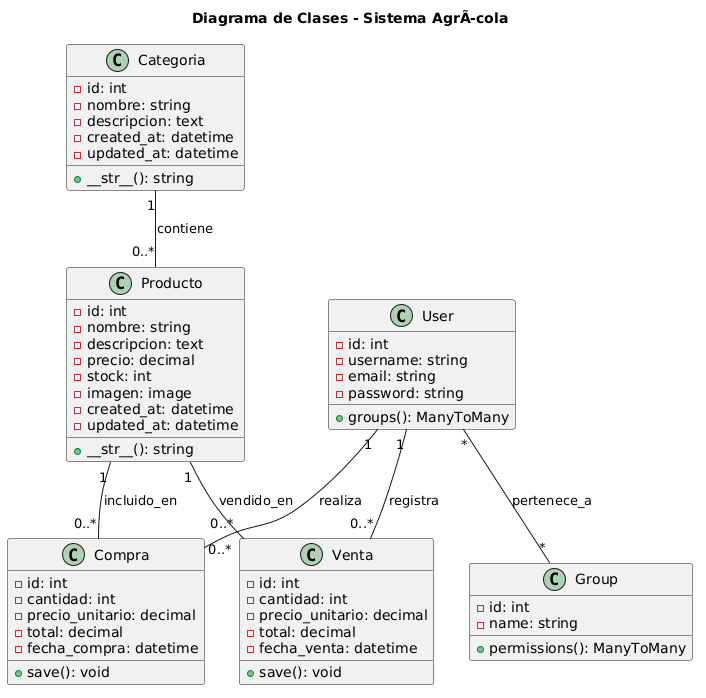
The PlantUML diagram docs/diagrams/class_diagram.png in danieldavid-23/lilliana-2, before a commit. The source it was exported from:
```plantuml
@startuml
title Diagrama de Clases - Sistema AgrÃ­cola

class Categoria {
  - id: int
  - nombre: string
  - descripcion: text
  - created_at: datetime
  - updated_at: datetime
  + __str__(): string
}

class Producto {
  - id: int
  - nombre: string
  - descripcion: text
  - precio: decimal
  - stock: int
  - imagen: image
  - created_at: datetime
  - updated_at: datetime
  + __str__(): string
}

class Compra {
  - id: int
  - cantidad: int
  - precio_unitario: decimal
  - total: decimal
  - fecha_compra: datetime
  + save(): void
}

class Venta {
  - id: int
  - cantidad: int
  - precio_unitario: decimal
  - total: decimal
  - fecha_venta: datetime
  + save(): void
}

class User {
  - id: int
  - username: string
  - email: string
  - password: string
  + groups(): ManyToMany
}

class Group {
  - id: int
  - name: string
  + permissions(): ManyToMany
}

Categoria "1" -- "0..*" Producto : contiene
Producto "1" -- "0..*" Compra : incluido_en
Producto "1" -- "0..*" Venta : vendido_en
User "1" -- "0..*" Compra : realiza
User "1" -- "0..*" Venta : registra
User "*" -- "*" Group : pertenece_a
@enduml
```
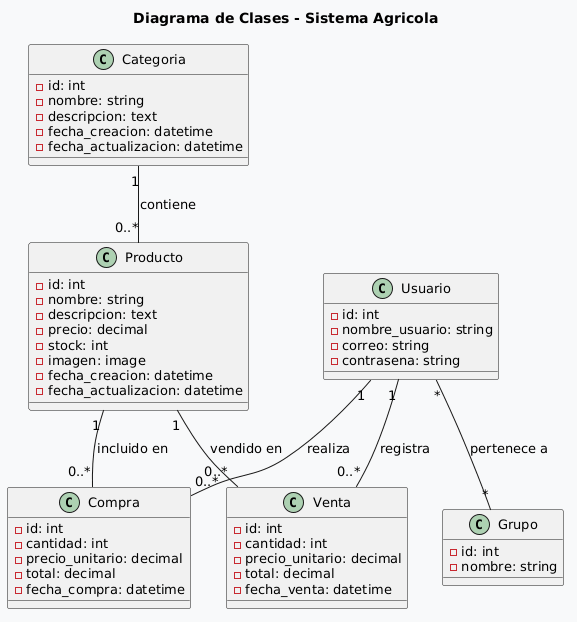
After the change.

Change to the diagram source:
```diff
@@ -1,13 +1,14 @@
 @startuml
-title Diagrama de Clases - Sistema AgrÃ­cola
+title Diagrama de Clases - Sistema Agricola
+skinparam defaultFontSize 13
+skinparam backgroundColor #F8F9FA
 
 class Categoria {
   - id: int
   - nombre: string
   - descripcion: text
-  - created_at: datetime
-  - updated_at: datetime
-  + __str__(): string
+  - fecha_creacion: datetime
+  - fecha_actualizacion: datetime
 }
 
 class Producto {
@@ -17,9 +18,8 @@
   - precio: decimal
   - stock: int
   - imagen: image
-  - created_at: datetime
-  - updated_at: datetime
-  + __str__(): string
+  - fecha_creacion: datetime
+  - fecha_actualizacion: datetime
 }
 
 class Compra {
@@ -28,7 +28,6 @@
   - precio_unitario: decimal
   - total: decimal
   - fecha_compra: datetime
-  + save(): void
 }
 
 class Venta {
@@ -37,27 +36,24 @@
   - precio_unitario: decimal
   - total: decimal
   - fecha_venta: datetime
-  + save(): void
 }
 
-class User {
+class Usuario {
   - id: int
-  - username: string
-  - email: string
-  - password: string
-  + groups(): ManyToMany
+  - nombre_usuario: string
+  - correo: string
+  - contrasena: string
 }
 
-class Group {
+class Grupo {
   - id: int
-  - name: string
-  + permissions(): ManyToMany
+  - nombre: string
 }
 
 Categoria "1" -- "0..*" Producto : contiene
-Producto "1" -- "0..*" Compra : incluido_en
-Producto "1" -- "0..*" Venta : vendido_en
-User "1" -- "0..*" Compra : realiza
-User "1" -- "0..*" Venta : registra
-User "*" -- "*" Group : pertenece_a
+Producto "1" -- "0..*" Compra : incluido en
+Producto "1" -- "0..*" Venta : vendido en
+Usuario "1" -- "0..*" Compra : realiza
+Usuario "1" -- "0..*" Venta : registra
+Usuario "*" -- "*" Grupo : pertenece a
 @enduml
```
